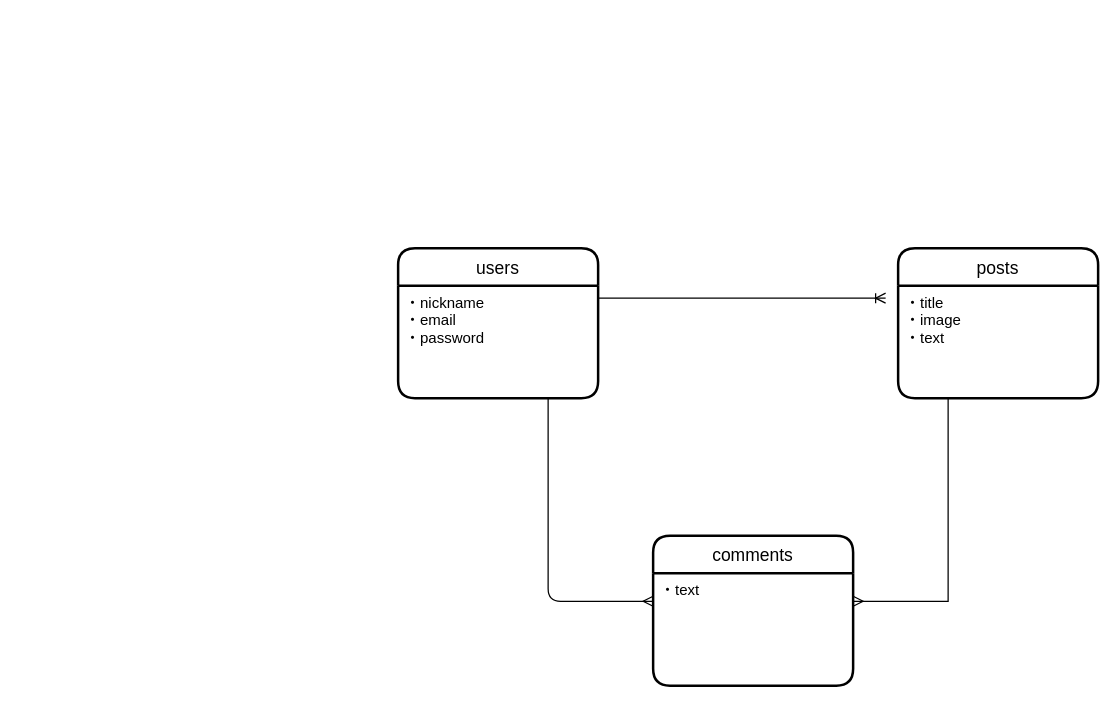
This is comrade.dio from eijimatsuoka/comrade, a draw.io file, before an edit. Source tidied: cells renumbered, new cells numbered last; positions are measured from the earlier drawing's top-left corner, leaving out a move shared by most shapes. Both pictures are drawn from the tidied source at 125%, with x=0, y=0 at pixel (398, 248).
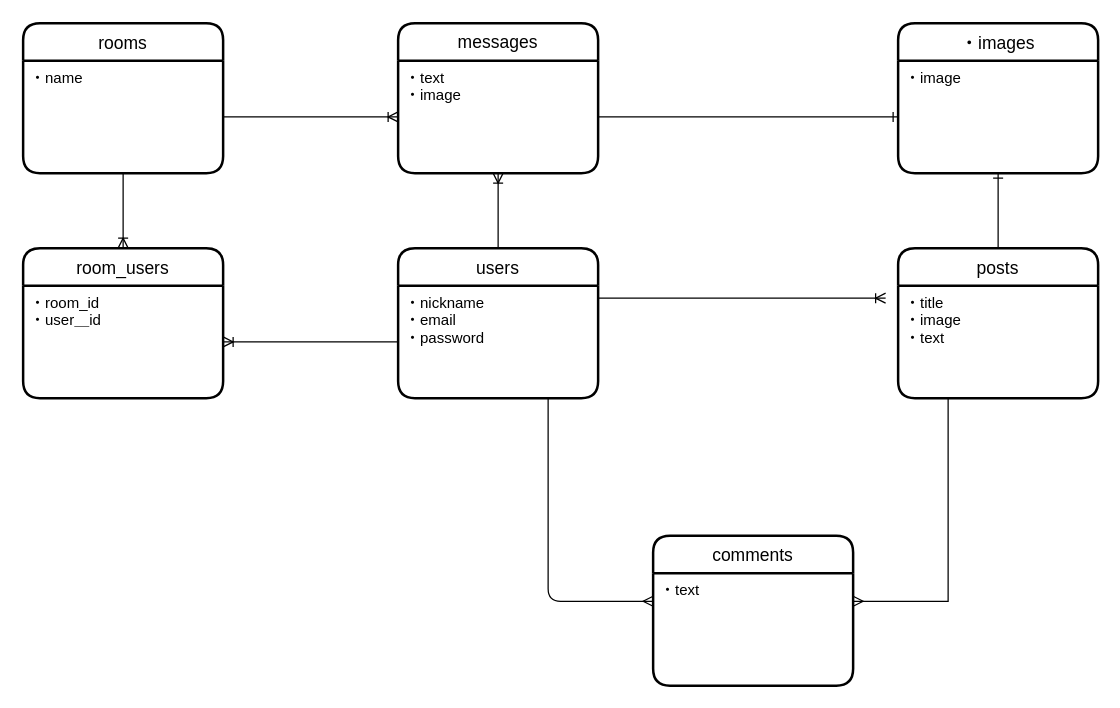
The same page after the edit.

The change refers to these unchanged cells:
```xml
<mxCell id="2" value="users" style="swimlane;horizontal=1;startSize=30;rounded=1;fontSize=14;fontStyle=0;strokeWidth=2;shadow=0;dashed=0;align=center;" parent="1" vertex="1">
  <mxGeometry width="160" height="120" as="geometry" />
</mxCell>
<mxCell id="3" value="・nickname&#10;・email&#10;・password&#10;" style="align=left;strokeColor=none;fillColor=none;spacingLeft=4;fontSize=12;verticalAlign=top;" parent="2" vertex="1">
  <mxGeometry y="30" width="160" height="90" as="geometry" />
</mxCell>
<mxCell id="4" value="posts" style="swimlane;horizontal=1;startSize=30;rounded=1;fontSize=14;fontStyle=0;strokeWidth=2;shadow=0;dashed=0;align=center;" parent="1" vertex="1">
  <mxGeometry x="400" width="160" height="120" as="geometry" />
</mxCell>
```

Change to the diagram source:
```diff
@@
+    <mxCell id="11" style="edgeStyle=orthogonalEdgeStyle;curved=0;rounded=1;sketch=0;jettySize=auto;html=1;exitX=0.5;exitY=0;exitDx=0;exitDy=0;entryX=0.5;entryY=1;entryDx=0;entryDy=0;endArrow=ERoneToMany;endFill=0;" parent="1" edge="1" source="2" target="14">
+      <mxGeometry relative="1" as="geometry" />
+    </mxCell>
@@
+    <mxCell id="12" style="edgeStyle=orthogonalEdgeStyle;curved=0;rounded=1;sketch=0;jettySize=auto;html=1;exitX=0.5;exitY=0;exitDx=0;exitDy=0;entryX=0.5;entryY=1;entryDx=0;entryDy=0;endArrow=ERone;endFill=0;" parent="1" edge="1" source="4" target="20">
+      <mxGeometry relative="1" as="geometry" />
+    </mxCell>
@@
+    <mxCell id="13" value="messages" style="swimlane;horizontal=1;startSize=30;rounded=1;fontSize=14;fontStyle=0;strokeWidth=2;shadow=0;dashed=0;align=center;sketch=0;whiteSpace=wrap;" parent="1" vertex="1">
+      <mxGeometry y="-180" width="160" height="120" as="geometry" />
+    </mxCell>
+    <mxCell id="14" value="・text&#10;・image" style="align=left;strokeColor=none;fillColor=none;spacingLeft=4;fontSize=12;verticalAlign=top;" parent="13" vertex="1">
+      <mxGeometry y="30" width="160" height="90" as="geometry" />
+    </mxCell>
+    <mxCell id="15" value="rooms" style="swimlane;horizontal=1;startSize=30;rounded=1;fontSize=14;fontStyle=0;strokeWidth=2;shadow=0;dashed=0;align=center;sketch=0;" parent="1" vertex="1">
+      <mxGeometry x="-300" y="-180" width="160" height="120" as="geometry" />
+    </mxCell>
+    <mxCell id="16" value="・name" style="align=left;strokeColor=none;fillColor=none;spacingLeft=4;fontSize=12;verticalAlign=top;" parent="15" vertex="1">
+      <mxGeometry y="30" width="160" height="90" as="geometry" />
+    </mxCell>
+    <mxCell id="17" value="room_users" style="swimlane;horizontal=1;startSize=30;rounded=1;fontSize=14;fontStyle=0;strokeWidth=2;shadow=0;dashed=0;align=center;sketch=0;" parent="1" vertex="1">
+      <mxGeometry x="-300" width="160" height="120" as="geometry" />
+    </mxCell>
+    <mxCell id="18" value="・room_id&#10;・user＿id" style="align=left;strokeColor=none;fillColor=none;spacingLeft=4;fontSize=12;verticalAlign=top;" parent="17" vertex="1">
+      <mxGeometry y="30" width="160" height="90" as="geometry" />
+    </mxCell>
+    <mxCell id="19" value="・images" style="swimlane;horizontal=1;startSize=30;rounded=1;fontSize=14;fontStyle=0;strokeWidth=2;shadow=0;dashed=0;align=center;sketch=0;" parent="1" vertex="1">
+      <mxGeometry x="400" y="-180" width="160" height="120" as="geometry" />
+    </mxCell>
+    <mxCell id="20" value="・image" style="align=left;strokeColor=none;fillColor=none;spacingLeft=4;fontSize=12;verticalAlign=top;" parent="19" vertex="1">
+      <mxGeometry y="30" width="160" height="90" as="geometry" />
+    </mxCell>
+    <mxCell id="21" style="edgeStyle=orthogonalEdgeStyle;curved=0;rounded=1;sketch=0;jettySize=auto;html=1;exitX=1;exitY=0.5;exitDx=0;exitDy=0;entryX=0;entryY=0.5;entryDx=0;entryDy=0;endArrow=ERone;endFill=0;" parent="1" edge="1" source="14" target="20">
+      <mxGeometry relative="1" as="geometry" />
+    </mxCell>
+    <mxCell id="22" style="edgeStyle=orthogonalEdgeStyle;curved=0;rounded=1;sketch=0;jettySize=auto;html=1;exitX=0;exitY=0.5;exitDx=0;exitDy=0;entryX=1;entryY=0.5;entryDx=0;entryDy=0;endArrow=ERoneToMany;endFill=0;" parent="1" edge="1" source="3" target="18">
+      <mxGeometry relative="1" as="geometry" />
+    </mxCell>
+    <mxCell id="23" style="edgeStyle=orthogonalEdgeStyle;curved=0;rounded=1;sketch=0;jettySize=auto;html=1;exitX=0.5;exitY=1;exitDx=0;exitDy=0;endArrow=ERoneToMany;endFill=0;" parent="1" edge="1" source="16" target="17">
+      <mxGeometry relative="1" as="geometry" />
+    </mxCell>
+    <mxCell id="24" style="edgeStyle=orthogonalEdgeStyle;curved=0;rounded=1;sketch=0;jettySize=auto;html=1;exitX=1;exitY=0.5;exitDx=0;exitDy=0;entryX=0;entryY=0.5;entryDx=0;entryDy=0;endArrow=ERoneToMany;endFill=0;" parent="1" edge="1" source="16" target="14">
+      <mxGeometry relative="1" as="geometry" />
+    </mxCell>
```
